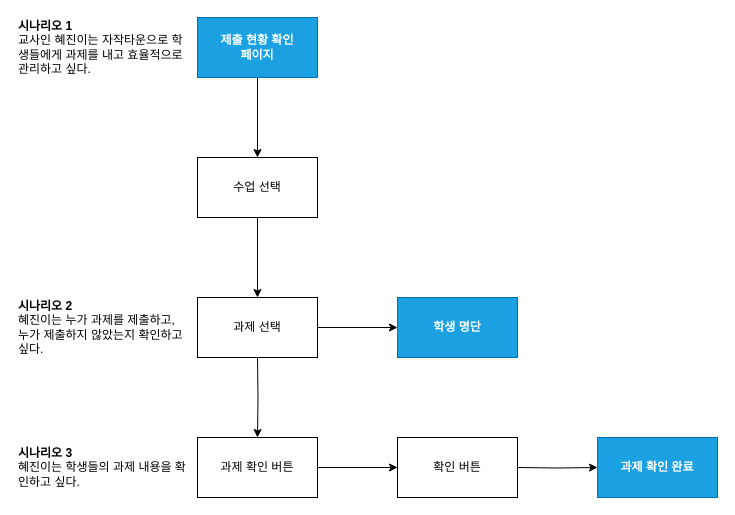
Before: Scenario_teacher.drawio in zole77/zole77, a draw.io diagram. Source tidied: cells renumbered, new cells numbered last; positions are measured from the earlier drawing's top-left corner, leaving out a move shared by most shapes. Both pictures are drawn from the tidied source at 100%, with x=0, y=0 at pixel (17, 17).
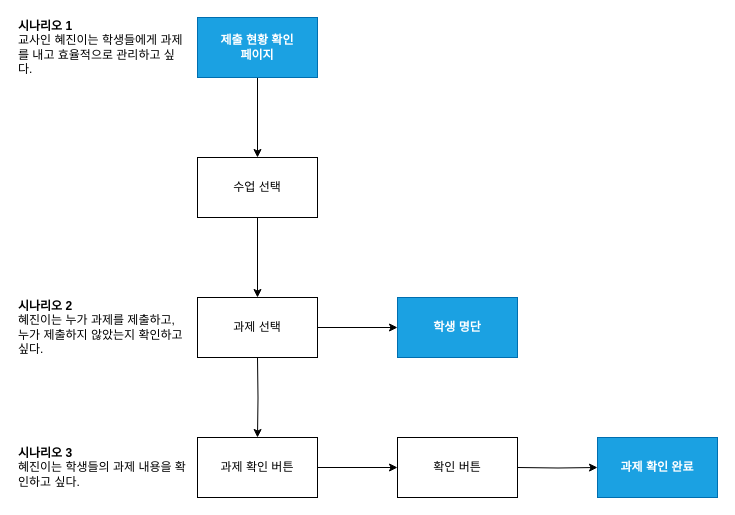
After the change.

The edit, as a diff of the source:
```diff
@@
 <mxGraphModel>
   <root>
     <mxCell id="0" />
     <mxCell id="1" parent="0" />
     <mxCell id="2" style="edgeStyle=orthogonalEdgeStyle;rounded=0;jettySize=auto;html=1;fontColor=#FFFFFF;" parent="1" edge="1" source="3" target="5">
       <mxGeometry relative="1" as="geometry" />
     </mxCell>
     <mxCell id="3" value="&lt;b&gt;제출 현황 확인 &lt;br&gt;페이지&lt;/b&gt;" style="rounded=0;whiteSpace=wrap;html=1;fillColor=#1ba1e2;strokeColor=#006EAF;fontColor=#ffffff;" parent="1" vertex="1">
       <mxGeometry x="180" width="120" height="60" as="geometry" />
     </mxCell>
     <mxCell id="4" style="edgeStyle=orthogonalEdgeStyle;rounded=0;jettySize=auto;html=1;fontColor=#FFFFFF;" parent="1" edge="1" source="5" target="7">
       <mxGeometry relative="1" as="geometry" />
     </mxCell>
     <mxCell id="5" value="수업 선택" style="whiteSpace=wrap;html=1;rounded=0;" parent="1" vertex="1">
       <mxGeometry x="180" y="140" width="120" height="60" as="geometry" />
     </mxCell>
     <mxCell id="6" style="edgeStyle=orthogonalEdgeStyle;rounded=0;jettySize=auto;html=1;fontColor=#FFFFFF;" parent="1" edge="1" source="7" target="14">
       <mxGeometry relative="1" as="geometry" />
     </mxCell>
     <mxCell id="7" value="과제 선택" style="whiteSpace=wrap;html=1;rounded=0;" parent="1" vertex="1">
       <mxGeometry x="180" y="280" width="120" height="60" as="geometry" />
     </mxCell>
     <mxCell id="8" style="edgeStyle=orthogonalEdgeStyle;rounded=0;jettySize=auto;html=1;fontColor=#FFFFFF;" parent="1" edge="1" target="10">
       <mxGeometry relative="1" as="geometry">
         <mxPoint x="240" y="340" as="sourcePoint" />
       </mxGeometry>
     </mxCell>
     <mxCell id="9" style="edgeStyle=orthogonalEdgeStyle;rounded=0;jettySize=auto;html=1;fontColor=#FFFFFF;" parent="1" edge="1" source="10" target="11">
       <mxGeometry relative="1" as="geometry" />
     </mxCell>
     <mxCell id="10" value="과제 확인 버튼" style="whiteSpace=wrap;html=1;rounded=0;" parent="1" vertex="1">
       <mxGeometry x="180" y="420" width="120" height="60" as="geometry" />
     </mxCell>
     <mxCell id="11" value="확인 버튼" style="whiteSpace=wrap;html=1;rounded=0;" parent="1" vertex="1">
       <mxGeometry x="380" y="420" width="120" height="60" as="geometry" />
     </mxCell>
     <mxCell id="12" style="edgeStyle=orthogonalEdgeStyle;rounded=0;jettySize=auto;html=1;fontColor=#FFFFFF;" parent="1" edge="1" target="13">
       <mxGeometry relative="1" as="geometry">
         <mxPoint x="500" y="450" as="sourcePoint" />
       </mxGeometry>
     </mxCell>
     <mxCell id="13" value="&lt;b&gt;과제 확인 완료&lt;/b&gt;" style="whiteSpace=wrap;html=1;rounded=0;fillColor=#1ba1e2;fontColor=#ffffff;strokeColor=#006EAF;" parent="1" vertex="1">
       <mxGeometry x="580" y="420" width="120" height="60" as="geometry" />
     </mxCell>
     <mxCell id="14" value="학생 명단" style="whiteSpace=wrap;html=1;rounded=0;fillColor=#1ba1e2;fontColor=#ffffff;strokeColor=#006EAF;fontStyle=1;" parent="1" vertex="1">
       <mxGeometry x="380" y="280" width="120" height="60" as="geometry" />
     </mxCell>
-    <mxCell id="15" value="&lt;div style=&quot;text-align: left&quot;&gt;&lt;span style=&quot;color: rgb(0 , 0 , 0)&quot;&gt;&lt;b&gt;시나리오 1&lt;/b&gt;&lt;/span&gt;&lt;/div&gt;&lt;font color=&quot;#000000&quot;&gt;&lt;div style=&quot;text-align: left&quot;&gt;&lt;span&gt;교사인 혜진이는 자작타운으로 학생들에게 과제를 내고 효율적으로 관리하고 싶다.&lt;/span&gt;&lt;/div&gt;&lt;/font&gt;" style="text;html=1;strokeColor=none;fillColor=none;align=center;verticalAlign=middle;whiteSpace=wrap;rounded=0;fontColor=#FFFFFF;" parent="1" vertex="1">
+    <mxCell id="15" value="&lt;div style=&quot;text-align: left&quot;&gt;&lt;span style=&quot;color: rgb(0 , 0 , 0)&quot;&gt;&lt;b&gt;시나리오 1&lt;/b&gt;&lt;/span&gt;&lt;/div&gt;&lt;font color=&quot;#000000&quot;&gt;&lt;div style=&quot;text-align: left&quot;&gt;&lt;span&gt;교사인 혜진이는 학생들에게 과제를 내고 효율적으로 관리하고 싶다.&lt;/span&gt;&lt;/div&gt;&lt;/font&gt;" style="text;html=1;strokeColor=none;fillColor=none;align=center;verticalAlign=middle;whiteSpace=wrap;rounded=0;fontColor=#FFFFFF;" parent="1" vertex="1">
       <mxGeometry y="15" width="170" height="30" as="geometry" />
     </mxCell>
     <mxCell id="16" value="&lt;div style=&quot;text-align: left&quot;&gt;&lt;span style=&quot;color: rgb(0 , 0 , 0)&quot;&gt;&lt;b&gt;시나리오 2&lt;/b&gt;&lt;/span&gt;&lt;/div&gt;&lt;font color=&quot;#000000&quot;&gt;&lt;div style=&quot;text-align: left&quot;&gt;&lt;span&gt;혜진이는 누가 과제를 제출하고, 누가 제출하지 않았는지 확인하고 싶다.&lt;/span&gt;&lt;/div&gt;&lt;/font&gt;" style="text;html=1;strokeColor=none;fillColor=none;align=center;verticalAlign=middle;whiteSpace=wrap;rounded=0;fontColor=#FFFFFF;" parent="1" vertex="1">
       <mxGeometry y="295" width="170" height="30" as="geometry" />
     </mxCell>
     <mxCell id="17" value="&lt;div style=&quot;text-align: left&quot;&gt;&lt;span style=&quot;color: rgb(0 , 0 , 0)&quot;&gt;&lt;b&gt;시나리오 3&lt;/b&gt;&lt;/span&gt;&lt;/div&gt;&lt;font color=&quot;#000000&quot;&gt;&lt;div style=&quot;text-align: left&quot;&gt;&lt;span&gt;혜진이는 학생들의 과제 내용을 확인하고 싶다.&lt;/span&gt;&lt;/div&gt;&lt;/font&gt;" style="text;html=1;strokeColor=none;fillColor=none;align=center;verticalAlign=middle;whiteSpace=wrap;rounded=0;fontColor=#FFFFFF;" parent="1" vertex="1">
       <mxGeometry y="435" width="170" height="30" as="geometry" />
     </mxCell>
   </root>
 </mxGraphModel>
```
